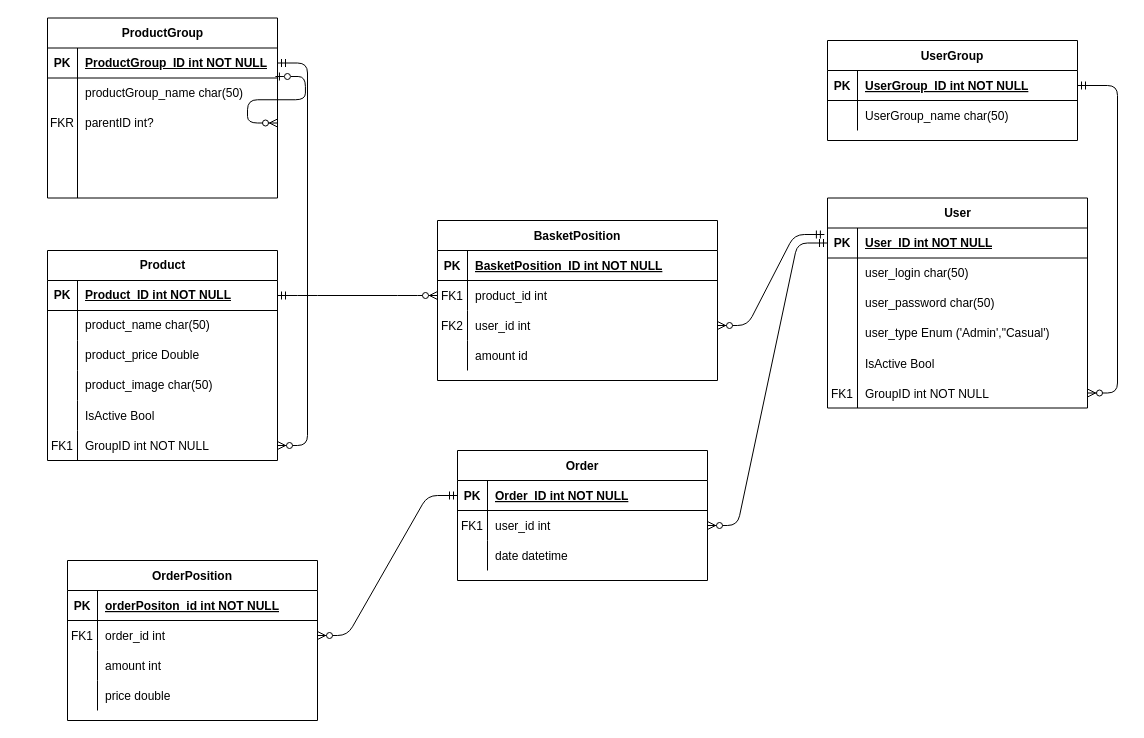
Before: page "Page-1" (1 of 2) of Docs/PB_lab1.drawio in KacpZegl/PB_lab1, a draw.io diagram. Source tidied: cells renumbered, new cells numbered last; positions are measured from the earlier drawing's top-left corner, leaving out a move shared by most shapes. Both pictures are drawn from the tidied source at 100%, with x=0, y=0 at pixel (47, 18).
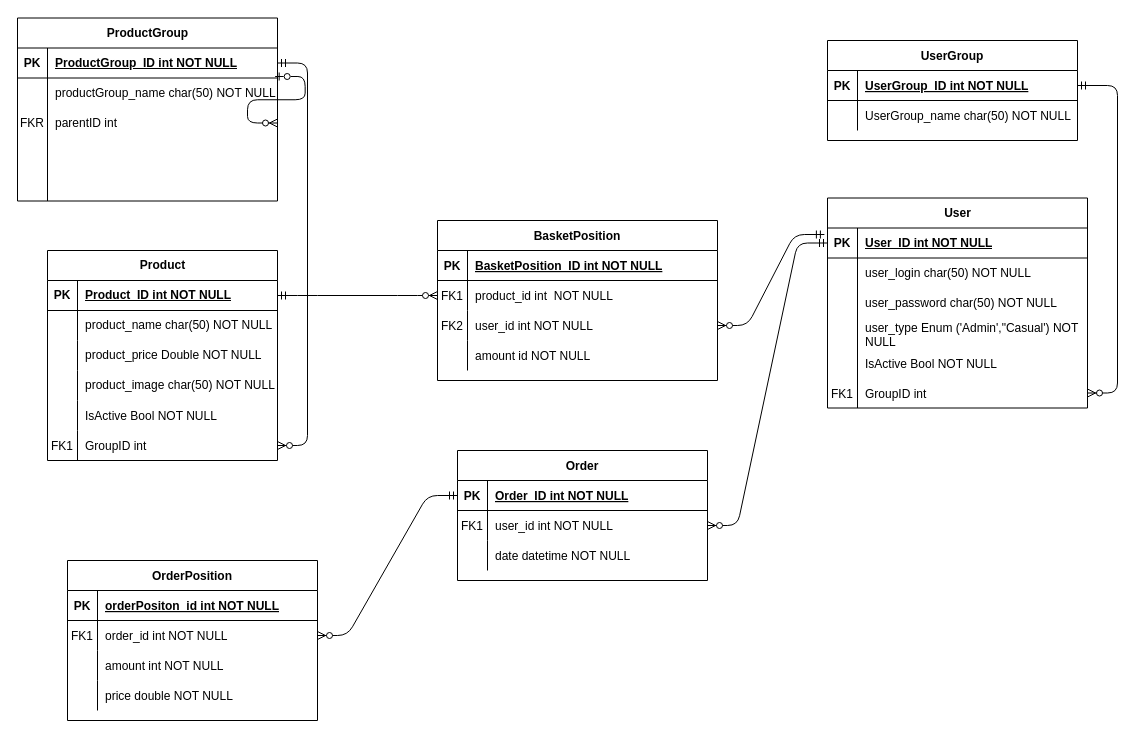
The same page after the edit.

Unchanged cells that the change refers to:
```xml
<mxCell id="6" style="shape=partialRectangle;fillColor=none;points=[[0,0.5],[1,0.5]];portConstraint=eastwest;top=0;left=0;right=0;bottom=0;" parent="2" vertex="1">
  <mxGeometry y="60" width="250" height="30" as="geometry" />
</mxCell>
<mxCell id="9" style="shape=partialRectangle;fillColor=none;top=0;left=0;right=0;bottom=0;" parent="2" vertex="1">
  <mxGeometry y="90" width="250" height="30" as="geometry" />
</mxCell>
<mxCell id="12" style="shape=partialRectangle;fillColor=none;top=0;left=0;right=0;bottom=0;" parent="2" vertex="1">
  <mxGeometry y="120" width="250" height="30" as="geometry" />
</mxCell>
<mxCell id="19" style="shape=partialRectangle;fillColor=none;top=0;left=0;right=0;bottom=0;" parent="15" vertex="1">
  <mxGeometry y="60" width="250" height="30" as="geometry" />
</mxCell>
<mxCell id="26" style="shape=partialRectangle;fillColor=none;points=[[0,0.5],[1,0.5]];portConstraint=eastwest;top=0;left=0;right=0;bottom=0;" parent="22" vertex="1">
  <mxGeometry y="60" width="280" height="30" as="geometry" />
</mxCell>
<mxCell id="29" style="shape=partialRectangle;fillColor=none;points=[[0,0.5],[1,0.5]];portConstraint=eastwest;top=0;left=0;right=0;bottom=0;" parent="22" vertex="1">
  <mxGeometry y="90" width="280" height="30" as="geometry" />
</mxCell>
<mxCell id="32" style="shape=partialRectangle;fillColor=none;top=0;left=0;right=0;bottom=0;" parent="22" vertex="1">
  <mxGeometry y="120" width="280" height="30" as="geometry" />
</mxCell>
<mxCell id="40" style="shape=tableRow;horizontal=0;startSize=0;swimlaneHead=0;swimlaneBody=0;fillColor=none;top=0;left=0;right=0;bottom=0;" parent="36" vertex="1">
  <mxGeometry y="60" width="230" height="30" as="geometry" />
</mxCell>
<mxCell id="43" style="shape=tableRow;horizontal=0;startSize=0;swimlaneHead=0;swimlaneBody=0;fillColor=none;top=0;left=0;right=0;bottom=0;" parent="36" vertex="1">
  <mxGeometry y="90" width="230" height="30" as="geometry" />
</mxCell>
<mxCell id="46" style="shape=tableRow;horizontal=0;startSize=0;swimlaneHead=0;swimlaneBody=0;fillColor=none;top=0;left=0;right=0;bottom=0;" parent="36" vertex="1">
  <mxGeometry y="120" width="230" height="30" as="geometry" />
</mxCell>
<mxCell id="49" style="shape=tableRow;horizontal=0;startSize=0;swimlaneHead=0;swimlaneBody=0;fillColor=none;top=0;left=0;right=0;bottom=0;" parent="36" vertex="1">
  <mxGeometry y="150" width="230" height="30" as="geometry" />
</mxCell>
<mxCell id="52" style="shape=tableRow;horizontal=0;startSize=0;swimlaneHead=0;swimlaneBody=0;fillColor=none;points=[[0,0.5],[1,0.5]];portConstraint=eastwest;top=0;left=0;right=0;bottom=0;" parent="36" vertex="1">
  <mxGeometry y="180" width="230" height="30" as="geometry" />
</mxCell>
<mxCell id="79" style="shape=tableRow;horizontal=0;startSize=0;swimlaneHead=0;swimlaneBody=0;fillColor=none;top=0;left=0;right=0;bottom=0;" parent="75" vertex="1">
  <mxGeometry y="60" width="260" height="30" as="geometry" />
</mxCell>
<mxCell id="82" style="shape=tableRow;horizontal=0;startSize=0;swimlaneHead=0;swimlaneBody=0;fillColor=none;top=0;left=0;right=0;bottom=0;" parent="75" vertex="1">
  <mxGeometry y="90" width="260" height="30" as="geometry" />
</mxCell>
<mxCell id="85" style="shape=tableRow;horizontal=0;startSize=0;swimlaneHead=0;swimlaneBody=0;fillColor=none;top=0;left=0;right=0;bottom=0;" parent="75" vertex="1">
  <mxGeometry y="120" width="260" height="30" as="geometry" />
</mxCell>
<mxCell id="88" style="shape=tableRow;horizontal=0;startSize=0;swimlaneHead=0;swimlaneBody=0;fillColor=none;top=0;left=0;right=0;bottom=0;" parent="75" vertex="1">
  <mxGeometry y="150" width="260" height="30" as="geometry" />
</mxCell>
<mxCell id="91" style="shape=tableRow;horizontal=0;startSize=0;swimlaneHead=0;swimlaneBody=0;fillColor=none;points=[[0,0.5],[1,0.5]];portConstraint=eastwest;top=0;left=0;right=0;bottom=0;" parent="75" vertex="1">
  <mxGeometry y="180" width="260" height="30" as="geometry" />
</mxCell>
<mxCell id="98" style="shape=partialRectangle;fillColor=none;points=[[0,0.5],[1,0.5]];portConstraint=eastwest;top=0;left=0;right=0;bottom=0;" parent="94" vertex="1">
  <mxGeometry y="60" width="250" height="30" as="geometry" />
</mxCell>
<mxCell id="101" style="shape=partialRectangle;fillColor=none;top=0;left=0;right=0;bottom=0;" parent="94" vertex="1">
  <mxGeometry y="90" width="250" height="30" as="geometry" />
</mxCell>
```

Diff of the diagram source:
```diff
@@
-    <mxCell id="8" value="order_id int" style="shape=partialRectangle;overflow=hidden;fillColor=none;top=0;left=0;bottom=0;right=0;align=left;spacingLeft=6;" parent="6" vertex="1">
+    <mxCell id="8" value="order_id int NOT NULL" style="shape=partialRectangle;overflow=hidden;fillColor=none;top=0;left=0;bottom=0;right=0;align=left;spacingLeft=6;" parent="6" vertex="1">
       <mxGeometry x="30" width="220" height="30" as="geometry" />
     </mxCell>
@@
-    <mxCell id="11" value="amount int" style="shape=partialRectangle;overflow=hidden;fillColor=none;top=0;left=0;bottom=0;right=0;align=left;spacingLeft=6;" parent="9" vertex="1">
+    <mxCell id="11" value="amount int NOT NULL" style="shape=partialRectangle;overflow=hidden;fillColor=none;top=0;left=0;bottom=0;right=0;align=left;spacingLeft=6;" parent="9" vertex="1">
       <mxGeometry x="30" width="220" height="30" as="geometry" />
     </mxCell>
@@
-    <mxCell id="14" value="price double" style="shape=partialRectangle;overflow=hidden;fillColor=none;top=0;left=0;bottom=0;right=0;align=left;spacingLeft=6;" parent="12" vertex="1">
+    <mxCell id="14" value="price double NOT NULL" style="shape=partialRectangle;overflow=hidden;fillColor=none;top=0;left=0;bottom=0;right=0;align=left;spacingLeft=6;" parent="12" vertex="1">
       <mxGeometry x="30" width="220" height="30" as="geometry" />
     </mxCell>
@@
-    <mxCell id="21" value="UserGroup_name char(50)" style="shape=partialRectangle;overflow=hidden;fillColor=none;top=0;left=0;bottom=0;right=0;align=left;spacingLeft=6;" parent="19" vertex="1">
+    <mxCell id="21" value="UserGroup_name char(50) NOT NULL" style="shape=partialRectangle;overflow=hidden;fillColor=none;top=0;left=0;bottom=0;right=0;align=left;spacingLeft=6;" parent="19" vertex="1">
       <mxGeometry x="30" width="220" height="30" as="geometry" />
     </mxCell>
@@
-    <mxCell id="28" value="product_id int " style="shape=partialRectangle;overflow=hidden;fillColor=none;top=0;left=0;bottom=0;right=0;align=left;spacingLeft=6;" parent="26" vertex="1">
+    <mxCell id="28" value="product_id int  NOT NULL" style="shape=partialRectangle;overflow=hidden;fillColor=none;top=0;left=0;bottom=0;right=0;align=left;spacingLeft=6;" parent="26" vertex="1">
       <mxGeometry x="30" width="250" height="30" as="geometry" />
     </mxCell>
@@
-    <mxCell id="31" value="user_id int" style="shape=partialRectangle;overflow=hidden;fillColor=none;top=0;left=0;bottom=0;right=0;align=left;spacingLeft=6;" parent="29" vertex="1">
+    <mxCell id="31" value="user_id int NOT NULL" style="shape=partialRectangle;overflow=hidden;fillColor=none;top=0;left=0;bottom=0;right=0;align=left;spacingLeft=6;" parent="29" vertex="1">
       <mxGeometry x="30" width="250" height="30" as="geometry" />
     </mxCell>
@@
-    <mxCell id="34" value="amount id" style="shape=partialRectangle;overflow=hidden;fillColor=none;top=0;left=0;bottom=0;right=0;align=left;spacingLeft=6;" parent="32" vertex="1">
+    <mxCell id="34" value="amount id NOT NULL" style="shape=partialRectangle;overflow=hidden;fillColor=none;top=0;left=0;bottom=0;right=0;align=left;spacingLeft=6;" parent="32" vertex="1">
       <mxGeometry x="30" width="250" height="30" as="geometry" />
     </mxCell>
@@
-    <mxCell id="42" value="product_name&amp;nbsp;&lt;span style=&quot;text-wrap: nowrap;&quot;&gt;char(50)&amp;nbsp;&lt;/span&gt;" style="shape=partialRectangle;fillColor=none;top=0;left=0;bottom=0;right=0;align=left;spacingLeft=6;overflow=hidden;whiteSpace=wrap;html=1;" parent="40" vertex="1">
+    <mxCell id="42" value="product_name&amp;nbsp;&lt;span style=&quot;text-wrap: nowrap;&quot;&gt;char(50)&amp;nbsp;&lt;/span&gt;NOT NULL" style="shape=partialRectangle;fillColor=none;top=0;left=0;bottom=0;right=0;align=left;spacingLeft=6;overflow=hidden;whiteSpace=wrap;html=1;" parent="40" vertex="1">
       <mxGeometry x="30" width="200" height="30" as="geometry" />
     </mxCell>
@@
-    <mxCell id="45" value="product_price Double" style="shape=partialRectangle;fillColor=none;top=0;left=0;bottom=0;right=0;align=left;spacingLeft=6;overflow=hidden;whiteSpace=wrap;html=1;" parent="43" vertex="1">
+    <mxCell id="45" value="product_price Double NOT NULL" style="shape=partialRectangle;fillColor=none;top=0;left=0;bottom=0;right=0;align=left;spacingLeft=6;overflow=hidden;whiteSpace=wrap;html=1;" parent="43" vertex="1">
       <mxGeometry x="30" width="200" height="30" as="geometry" />
     </mxCell>
@@
-    <mxCell id="48" value="product_image&amp;nbsp;&lt;span style=&quot;text-wrap: nowrap;&quot;&gt;char(50)&amp;nbsp;&lt;/span&gt;" style="shape=partialRectangle;fillColor=none;top=0;left=0;bottom=0;right=0;align=left;spacingLeft=6;overflow=hidden;whiteSpace=wrap;html=1;" parent="46" vertex="1">
+    <mxCell id="48" value="product_image&amp;nbsp;&lt;span style=&quot;text-wrap: nowrap;&quot;&gt;char(50)&amp;nbsp;&lt;/span&gt;NOT NULL" style="shape=partialRectangle;fillColor=none;top=0;left=0;bottom=0;right=0;align=left;spacingLeft=6;overflow=hidden;whiteSpace=wrap;html=1;" parent="46" vertex="1">
       <mxGeometry x="30" width="200" height="30" as="geometry" />
     </mxCell>
@@
-    <mxCell id="51" value="IsActive Bool" style="shape=partialRectangle;fillColor=none;top=0;left=0;bottom=0;right=0;align=left;spacingLeft=6;overflow=hidden;" parent="49" vertex="1">
+    <mxCell id="51" value="IsActive Bool NOT NULL" style="shape=partialRectangle;fillColor=none;top=0;left=0;bottom=0;right=0;align=left;spacingLeft=6;overflow=hidden;" parent="49" vertex="1">
       <mxGeometry x="30" width="200" height="30" as="geometry" />
     </mxCell>
@@
-    <mxCell id="54" value="GroupID int NOT NULL" style="shape=partialRectangle;fillColor=none;top=0;left=0;bottom=0;right=0;align=left;spacingLeft=6;overflow=hidden;" parent="52" vertex="1">
+    <mxCell id="54" value="GroupID int" style="shape=partialRectangle;fillColor=none;top=0;left=0;bottom=0;right=0;align=left;spacingLeft=6;overflow=hidden;" parent="52" vertex="1">
       <mxGeometry x="30" width="200" height="30" as="geometry" />
     </mxCell>
     <mxCell id="55" value="ProductGroup" style="shape=table;startSize=30;childLayout=tableLayout;rowLines=0;fontStyle=1;align=center;html=1;" parent="1" vertex="1">
-      <mxGeometry y="-0.5" width="230" height="180" as="geometry" />
+      <mxGeometry x="-30" y="-0.5" width="260" height="183" as="geometry" />
     </mxCell>
     <mxCell id="56" style="shape=tableRow;horizontal=0;startSize=0;swimlaneHead=0;swimlaneBody=0;fillColor=none;points=[[0,0.5],[1,0.5]];portConstraint=eastwest;top=0;left=0;right=0;bottom=1;" parent="55" vertex="1">
-      <mxGeometry y="30" width="230" height="30" as="geometry" />
+      <mxGeometry y="30" width="260" height="30" as="geometry" />
     </mxCell>
@@
     <mxCell id="58" value="ProductGroup_ID int NOT NULL" style="shape=partialRectangle;fillColor=none;top=0;left=0;bottom=0;right=0;align=left;spacingLeft=6;fontStyle=5;overflow=hidden;whiteSpace=wrap;html=1;" parent="56" vertex="1">
-      <mxGeometry x="30" width="200" height="30" as="geometry" />
+      <mxGeometry x="30" width="230" height="30" as="geometry" />
     </mxCell>
     <mxCell id="59" style="shape=tableRow;horizontal=0;startSize=0;swimlaneHead=0;swimlaneBody=0;fillColor=none;top=0;left=0;right=0;bottom=0;" parent="55" vertex="1">
-      <mxGeometry y="60" width="230" height="30" as="geometry" />
+      <mxGeometry y="60" width="260" height="30" as="geometry" />
     </mxCell>
@@
-    <mxCell id="61" value="productGroup_name&amp;nbsp;&lt;span style=&quot;text-wrap: nowrap;&quot;&gt;char(50)&amp;nbsp;&lt;/span&gt;" style="shape=partialRectangle;fillColor=none;top=0;left=0;bottom=0;right=0;align=left;spacingLeft=6;overflow=hidden;whiteSpace=wrap;html=1;" parent="59" vertex="1">
-      <mxGeometry x="30" width="200" height="30" as="geometry" />
+    <mxCell id="61" value="productGroup_name&amp;nbsp;&lt;span style=&quot;text-wrap: nowrap;&quot;&gt;char(50)&amp;nbsp;&lt;/span&gt;NOT NULL" style="shape=partialRectangle;fillColor=none;top=0;left=0;bottom=0;right=0;align=left;spacingLeft=6;overflow=hidden;whiteSpace=wrap;html=1;" parent="59" vertex="1">
+      <mxGeometry x="30" width="230" height="30" as="geometry" />
     </mxCell>
     <mxCell id="62" style="shape=tableRow;horizontal=0;startSize=0;swimlaneHead=0;swimlaneBody=0;fillColor=none;points=[[0,0.5],[1,0.5]];portConstraint=eastwest;top=0;left=0;right=0;bottom=0;" parent="55" vertex="1">
-      <mxGeometry y="90" width="230" height="30" as="geometry" />
+      <mxGeometry y="90" width="260" height="30" as="geometry" />
     </mxCell>
@@
-    <mxCell id="64" value="parentID int?" style="shape=partialRectangle;fillColor=none;top=0;left=0;bottom=0;right=0;align=left;spacingLeft=6;overflow=hidden;whiteSpace=wrap;html=1;" parent="62" vertex="1">
-      <mxGeometry x="30" width="200" height="30" as="geometry" />
+    <mxCell id="64" value="parentID int&amp;nbsp;" style="shape=partialRectangle;fillColor=none;top=0;left=0;bottom=0;right=0;align=left;spacingLeft=6;overflow=hidden;whiteSpace=wrap;html=1;" parent="62" vertex="1">
+      <mxGeometry x="30" width="230" height="30" as="geometry" />
     </mxCell>
     <mxCell id="65" style="shape=tableRow;horizontal=0;startSize=0;swimlaneHead=0;swimlaneBody=0;fillColor=none;top=0;left=0;right=0;bottom=0;" parent="55" vertex="1">
-      <mxGeometry y="120" width="230" height="20" as="geometry" />
+      <mxGeometry y="120" width="260" height="20" as="geometry" />
     </mxCell>
@@
     <mxCell id="67" style="shape=partialRectangle;fillColor=none;top=0;left=0;bottom=0;right=0;align=left;spacingLeft=6;overflow=hidden;whiteSpace=wrap;html=1;" parent="65" vertex="1">
-      <mxGeometry x="30" width="200" height="20" as="geometry" />
+      <mxGeometry x="30" width="230" height="20" as="geometry" />
     </mxCell>
     <mxCell id="68" style="shape=tableRow;horizontal=0;startSize=0;swimlaneHead=0;swimlaneBody=0;fillColor=none;top=0;left=0;right=0;bottom=0;" parent="55" vertex="1">
-      <mxGeometry y="140" width="230" height="20" as="geometry" />
+      <mxGeometry y="140" width="260" height="23" as="geometry" />
     </mxCell>
     <mxCell id="69" style="shape=partialRectangle;fillColor=none;top=0;left=0;bottom=0;right=0;overflow=hidden;" parent="68" vertex="1">
-      <mxGeometry width="30" height="20" as="geometry" />
+      <mxGeometry width="30" height="23" as="geometry" />
     </mxCell>
     <mxCell id="70" style="shape=partialRectangle;fillColor=none;top=0;left=0;bottom=0;right=0;align=left;spacingLeft=6;overflow=hidden;" parent="68" vertex="1">
-      <mxGeometry x="30" width="200" height="20" as="geometry" />
+      <mxGeometry x="30" width="230" height="23" as="geometry" />
     </mxCell>
     <mxCell id="71" style="shape=tableRow;horizontal=0;startSize=0;swimlaneHead=0;swimlaneBody=0;fillColor=none;top=0;left=0;right=0;bottom=0;" parent="55" vertex="1">
-      <mxGeometry y="160" width="230" height="20" as="geometry" />
+      <mxGeometry y="163" width="260" height="20" as="geometry" />
     </mxCell>
@@
     <mxCell id="73" style="shape=partialRectangle;fillColor=none;top=0;left=0;bottom=0;right=0;align=left;spacingLeft=6;overflow=hidden;" parent="71" vertex="1">
-      <mxGeometry x="30" width="200" height="20" as="geometry" />
+      <mxGeometry x="30" width="230" height="20" as="geometry" />
     </mxCell>
@@
-    <mxCell id="81" value="user_login&amp;nbsp;&lt;span style=&quot;text-wrap: nowrap;&quot;&gt;char(50)&amp;nbsp;&lt;/span&gt;" style="shape=partialRectangle;fillColor=none;top=0;left=0;bottom=0;right=0;align=left;spacingLeft=6;overflow=hidden;whiteSpace=wrap;html=1;" parent="79" vertex="1">
+    <mxCell id="81" value="user_login&amp;nbsp;&lt;span style=&quot;text-wrap: nowrap;&quot;&gt;char(50)&amp;nbsp;&lt;/span&gt;NOT NULL" style="shape=partialRectangle;fillColor=none;top=0;left=0;bottom=0;right=0;align=left;spacingLeft=6;overflow=hidden;whiteSpace=wrap;html=1;" parent="79" vertex="1">
       <mxGeometry x="30" width="230" height="30" as="geometry" />
     </mxCell>
@@
-    <mxCell id="84" value="user_password&amp;nbsp;&lt;span style=&quot;text-wrap: nowrap;&quot;&gt;char(50)&amp;nbsp;&lt;/span&gt;" style="shape=partialRectangle;fillColor=none;top=0;left=0;bottom=0;right=0;align=left;spacingLeft=6;overflow=hidden;whiteSpace=wrap;html=1;" parent="82" vertex="1">
+    <mxCell id="84" value="user_password&amp;nbsp;&lt;span style=&quot;text-wrap: nowrap;&quot;&gt;char(50)&amp;nbsp;&lt;/span&gt;NOT NULL" style="shape=partialRectangle;fillColor=none;top=0;left=0;bottom=0;right=0;align=left;spacingLeft=6;overflow=hidden;whiteSpace=wrap;html=1;" parent="82" vertex="1">
       <mxGeometry x="30" width="230" height="30" as="geometry" />
     </mxCell>
@@
-    <mxCell id="87" value="user_type Enum ('Admin',&quot;Casual')" style="shape=partialRectangle;fillColor=none;top=0;left=0;bottom=0;right=0;align=left;spacingLeft=6;overflow=hidden;whiteSpace=wrap;html=1;" parent="85" vertex="1">
+    <mxCell id="87" value="user_type Enum ('Admin',&quot;Casual') NOT NULL" style="shape=partialRectangle;fillColor=none;top=0;left=0;bottom=0;right=0;align=left;spacingLeft=6;overflow=hidden;whiteSpace=wrap;html=1;" parent="85" vertex="1">
       <mxGeometry x="30" width="230" height="30" as="geometry" />
     </mxCell>
@@
-    <mxCell id="90" value="IsActive Bool" style="shape=partialRectangle;fillColor=none;top=0;left=0;bottom=0;right=0;align=left;spacingLeft=6;overflow=hidden;" parent="88" vertex="1">
+    <mxCell id="90" value="IsActive Bool NOT NULL" style="shape=partialRectangle;fillColor=none;top=0;left=0;bottom=0;right=0;align=left;spacingLeft=6;overflow=hidden;" parent="88" vertex="1">
       <mxGeometry x="30" width="230" height="30" as="geometry" />
     </mxCell>
@@
-    <mxCell id="93" value="GroupID int NOT NULL" style="shape=partialRectangle;fillColor=none;top=0;left=0;bottom=0;right=0;align=left;spacingLeft=6;overflow=hidden;" parent="91" vertex="1">
+    <mxCell id="93" value="GroupID int" style="shape=partialRectangle;fillColor=none;top=0;left=0;bottom=0;right=0;align=left;spacingLeft=6;overflow=hidden;" parent="91" vertex="1">
       <mxGeometry x="30" width="230" height="30" as="geometry" />
     </mxCell>
@@
-    <mxCell id="100" value="user_id int" style="shape=partialRectangle;overflow=hidden;fillColor=none;top=0;left=0;bottom=0;right=0;align=left;spacingLeft=6;" parent="98" vertex="1">
+    <mxCell id="100" value="user_id int NOT NULL" style="shape=partialRectangle;overflow=hidden;fillColor=none;top=0;left=0;bottom=0;right=0;align=left;spacingLeft=6;" parent="98" vertex="1">
       <mxGeometry x="30" width="220" height="30" as="geometry" />
     </mxCell>
@@
-    <mxCell id="103" value="date datetime" style="shape=partialRectangle;overflow=hidden;fillColor=none;top=0;left=0;bottom=0;right=0;align=left;spacingLeft=6;" parent="101" vertex="1">
+    <mxCell id="103" value="date datetime NOT NULL" style="shape=partialRectangle;overflow=hidden;fillColor=none;top=0;left=0;bottom=0;right=0;align=left;spacingLeft=6;" parent="101" vertex="1">
       <mxGeometry x="30" width="220" height="30" as="geometry" />
     </mxCell>
```
